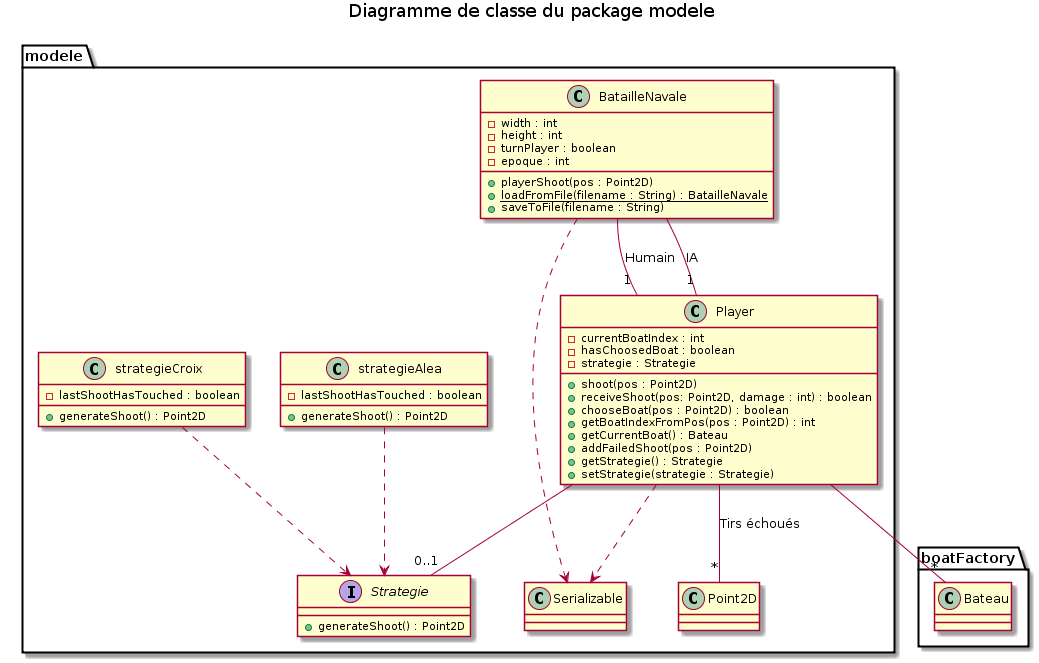
Earlier version of the PlantUML export conception/final/diag_classe_package_modele.png (AntoineCourtil/CAD2018_Laraclette). Source of this version:
```plantuml
@startuml

title Diagramme de classe du package modele

package modele {

    class Player {
        - currentBoatIndex : int
        - hasChoosedBoat : boolean
        - strategie : Strategie
        + shoot(pos : Point2D)
        + receiveShoot(pos: Point2D, damage : int) : boolean
        + chooseBoat(pos : Point2D) : boolean
        + getBoatIndexFromPos(pos : Point2D) : int
        + getCurrentBoat() : Bateau
        + addFailedShoot(pos : Point2D)
        + getStrategie() : Strategie
        + setStrategie(strategie : Strategie)
    }
    Player --"*" boatFactory.Bateau
    Player -- "*" Point2D : "Tirs échoués"
    Player -- "0..1" Strategie
    Player ..> Serializable

    class BatailleNavale {
        - width : int
        - height : int
        - turnPlayer : boolean
        - epoque : int
        + playerShoot(pos : Point2D)
        + {static} loadFromFile(filename : String) : BatailleNavale
        + saveToFile(filename : String)
    }

    Interface Strategie {
        + generateShoot() : Point2D
    }

    class strategieAlea{
        - lastShootHasTouched : boolean
        + generateShoot() : Point2D
    }

    class strategieCroix{
        - lastShootHasTouched : boolean
        + generateShoot() : Point2D
    }


    strategieAlea ..> Strategie
    strategieCroix ..> Strategie
    BatailleNavale --"1" Player : "Humain"
    BatailleNavale --"1" Player : "IA"
    BatailleNavale ..> Serializable
}


@enduml
```
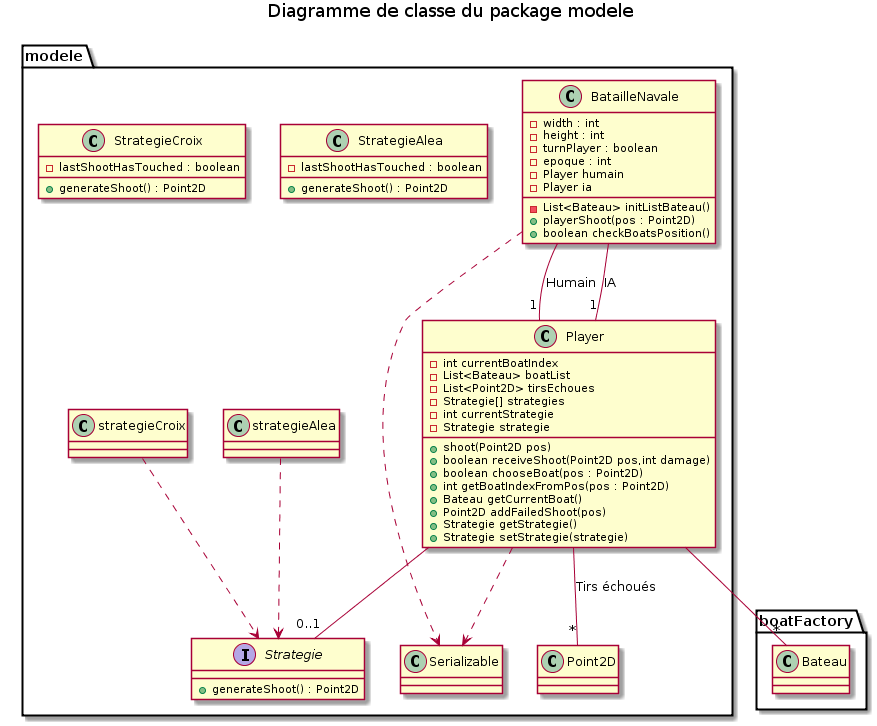
After the change.

Diff of the diagram source:
```diff
@@ -5,17 +5,20 @@
 package modele {
 
     class Player {
-        - currentBoatIndex : int
-        - hasChoosedBoat : boolean
-        - strategie : Strategie
-        + shoot(pos : Point2D)
-        + receiveShoot(pos: Point2D, damage : int) : boolean
-        + chooseBoat(pos : Point2D) : boolean
-        + getBoatIndexFromPos(pos : Point2D) : int
-        + getCurrentBoat() : Bateau
-        + addFailedShoot(pos : Point2D)
-        + getStrategie() : Strategie
-        + setStrategie(strategie : Strategie)
+        - int currentBoatIndex
+        - List<Bateau> boatList
+        - List<Point2D> tirsEchoues
+        - Strategie[] strategies
+        - int currentStrategie
+        - Strategie strategie
+        + shoot(Point2D pos)
+        + boolean receiveShoot(Point2D pos,int damage)
+        + boolean chooseBoat(pos : Point2D)
+        + int getBoatIndexFromPos(pos : Point2D)
+        + Bateau getCurrentBoat()
+        + Point2D addFailedShoot(pos)
+        + Strategie getStrategie()
+        + Strategie setStrategie(strategie)
     }
     Player --"*" boatFactory.Bateau
     Player -- "*" Point2D : "Tirs échoués"
@@ -27,23 +30,30 @@
         - height : int
         - turnPlayer : boolean
         - epoque : int
+        - Player humain
+        - Player ia
+
+        - List<Bateau> initListBateau()
         + playerShoot(pos : Point2D)
-        + {static} loadFromFile(filename : String) : BatailleNavale
-        + saveToFile(filename : String)
+        + boolean checkBoatsPosition()
+
     }
 
     Interface Strategie {
         + generateShoot() : Point2D
     }
 
-    class strategieAlea{
+    class StrategieAlea{
         - lastShootHasTouched : boolean
         + generateShoot() : Point2D
     }
 
-    class strategieCroix{
+    class StrategieCroix{
         - lastShootHasTouched : boolean
         + generateShoot() : Point2D
+    }
+
+    class Point2D{
     }
 
 
```
